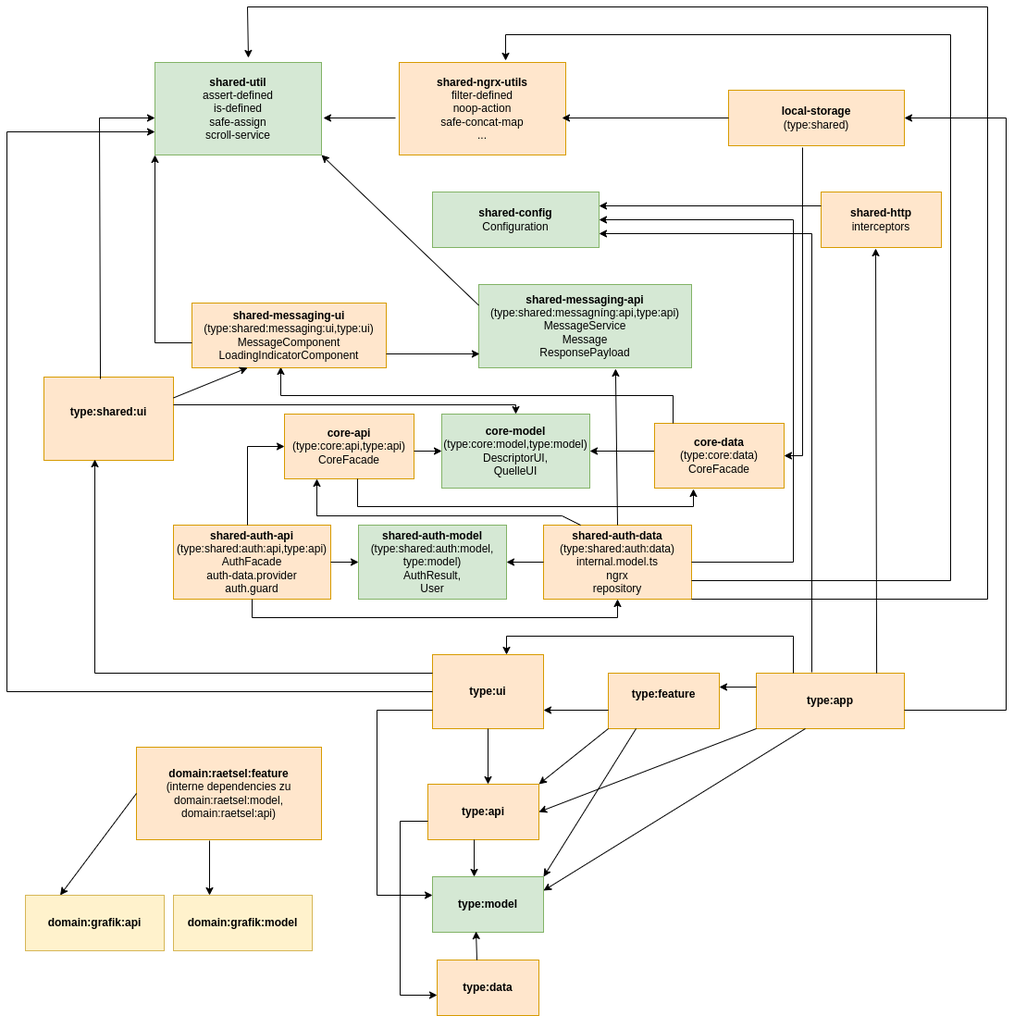
This is frontend/documentation/dependency-rules.png from heike2718/mathe-jung-alt, a draw.io export, as it was before one commit. Source tidied: cells renumbered, new cells last; positions are measured from the earlier drawing's top-left corner, leaving out a move shared by most shapes.
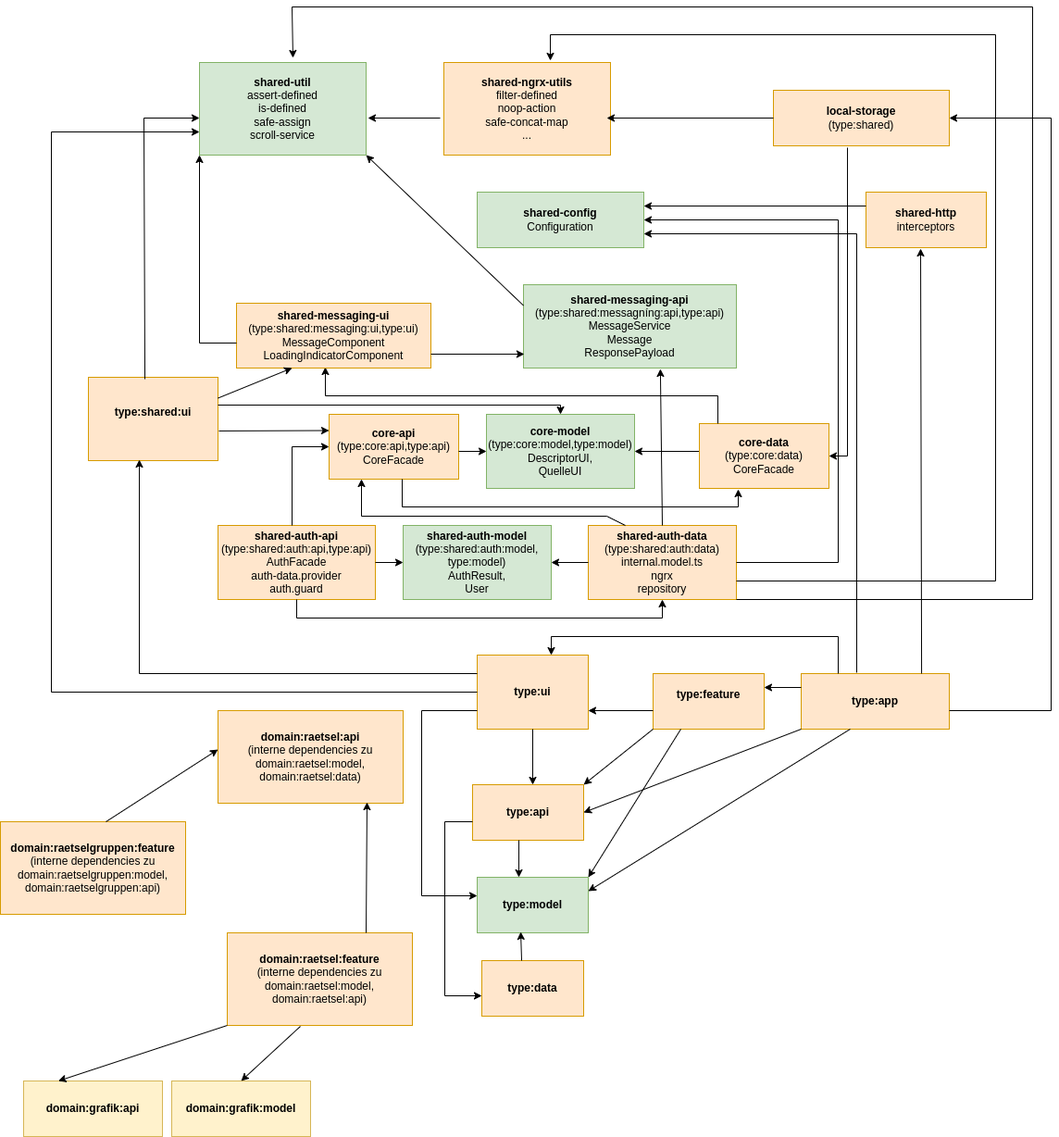
After the commit.

Commit message:
raetselgruppen model first step

Change to the diagram source:
```diff
@@ -300,21 +300,34 @@
       </mxGeometry>
     </mxCell>
     <mxCell id="62" value="&lt;b&gt;domain:raetsel:feature&lt;/b&gt;&lt;br&gt;(interne dependencies zu domain:raetsel:model,&lt;br&gt;domain:raetsel:api)" style="rounded=0;whiteSpace=wrap;html=1;fillColor=#ffe6cc;strokeColor=#d79b00;" parent="1" vertex="1">
-      <mxGeometry x="140" y="800" width="200" height="100" as="geometry" />
+      <mxGeometry x="190" y="1000" width="200" height="100" as="geometry" />
     </mxCell>
     <mxCell id="63" value="&lt;b&gt;domain:grafik:api&lt;/b&gt;" style="rounded=0;whiteSpace=wrap;html=1;fillColor=#fff2cc;strokeColor=#d6b656;" parent="1" vertex="1">
-      <mxGeometry x="20" y="960" width="150" height="60" as="geometry" />
+      <mxGeometry x="-30" y="1160" width="150" height="60" as="geometry" />
     </mxCell>
     <mxCell id="64" value="&lt;b&gt;domain:grafik:model&lt;/b&gt;" style="rounded=0;whiteSpace=wrap;html=1;fillColor=#fff2cc;strokeColor=#d6b656;" parent="1" vertex="1">
-      <mxGeometry x="180" y="960" width="150" height="60" as="geometry" />
+      <mxGeometry x="130" y="1160" width="150" height="60" as="geometry" />
     </mxCell>
-    <mxCell id="65" style="endArrow=classic;html=1;rounded=0;exitX=0;exitY=0.5;exitDx=0;exitDy=0;entryX=0.25;entryY=0;entryDx=0;entryDy=0;" parent="1" edge="1" source="62" target="63">
+    <mxCell id="65" style="endArrow=classic;html=1;rounded=0;exitX=0;exitY=1;exitDx=0;exitDy=0;entryX=0.25;entryY=0;entryDx=0;entryDy=0;" parent="1" edge="1" source="62" target="63">
       <mxGeometry relative="1" as="geometry" />
     </mxCell>
-    <mxCell id="66" style="endArrow=classic;html=1;rounded=0;exitX=0.395;exitY=1.01;exitDx=0;exitDy=0;exitPerimeter=0;" parent="1" edge="1" source="62">
-      <mxGeometry relative="1" as="geometry">
-        <mxPoint x="219" y="960" as="targetPoint" />
-      </mxGeometry>
+    <mxCell id="66" style="endArrow=classic;html=1;rounded=0;exitX=0.395;exitY=1.01;exitDx=0;exitDy=0;exitPerimeter=0;entryX=0.5;entryY=0;entryDx=0;entryDy=0;" parent="1" edge="1" source="62" target="64">
+      <mxGeometry relative="1" as="geometry" />
     </mxCell>
+    <mxCell id="67" style="endArrow=classic;html=1;rounded=0;exitX=1.007;exitY=0.644;exitDx=0;exitDy=0;exitPerimeter=0;entryX=0;entryY=0.25;entryDx=0;entryDy=0;" parent="1" edge="1" source="47" target="17">
+      <mxGeometry relative="1" as="geometry" />
+    </mxCell>
+    <mxCell id="68" value="&lt;b&gt;domain:raetselgruppen:feature&lt;/b&gt;&lt;br&gt;(interne dependencies zu domain:raetselgruppen:model,&lt;br&gt;domain:raetselgruppen:api)" style="rounded=0;whiteSpace=wrap;html=1;fillColor=#ffe6cc;strokeColor=#d79b00;" parent="1" vertex="1">
+      <mxGeometry x="-55" y="880" width="200" height="100" as="geometry" />
+    </mxCell>
+    <mxCell id="69" value="&lt;b&gt;domain:raetsel:api&lt;/b&gt;&lt;br&gt;(interne dependencies zu domain:raetsel:model,&lt;br&gt;domain:raetsel:data)" style="rounded=0;whiteSpace=wrap;html=1;fillColor=#ffe6cc;strokeColor=#d79b00;" parent="1" vertex="1">
+      <mxGeometry x="180" y="760" width="200" height="100" as="geometry" />
+    </mxCell>
+    <mxCell id="70" style="endArrow=classic;html=1;rounded=0;exitX=0.75;exitY=0;exitDx=0;exitDy=0;entryX=0.805;entryY=0.99;entryDx=0;entryDy=0;entryPerimeter=0;" parent="1" edge="1" source="62" target="69">
+      <mxGeometry relative="1" as="geometry" />
+    </mxCell>
+    <mxCell id="71" style="endArrow=classic;html=1;rounded=0;exitX=0.57;exitY=0;exitDx=0;exitDy=0;exitPerimeter=0;entryX=0;entryY=0.42;entryDx=0;entryDy=0;entryPerimeter=0;" parent="1" edge="1" source="68" target="69">
+      <mxGeometry relative="1" as="geometry" />
+    </mxCell>
   </root>
 </mxGraphModel>
```
